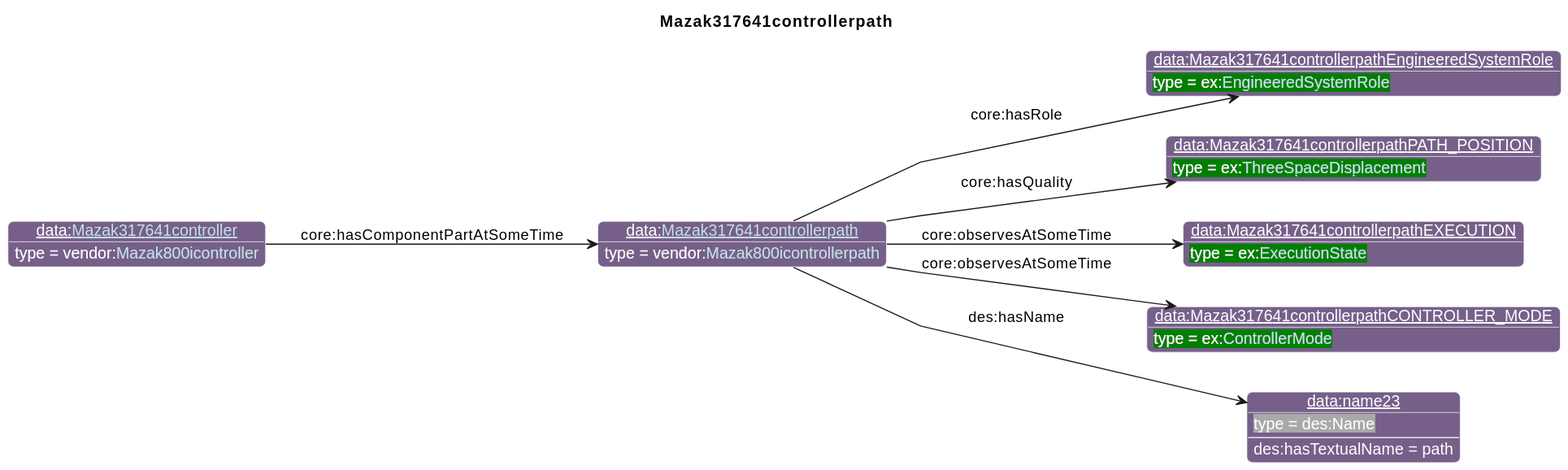
Earlier version of the PlantUML export diagrams/Mazak317641controllerpath.svg (iofoundry/example-syseng-mtconnect). Source of this version:
```plantuml
@startuml
!include ../iof.iuml

<style>
object {
  HyperlinkColor #C4E1E6
}
</style>

left to right direction
skinparam linetype polyline
title Mazak317641controllerpath

!$default_direction = down

!$namespace_colors = { "bfo":"DFA702",
                      "iof":"1E90FF",
                      "ns":"Green",
                      "ns1":"76608A",
                      "core":"000000",
                      "ex":"Green",
                      "data":"76608A",
                      "vendor":"76608A",
                      "units":"8A2D3B",
                      "cmns-dsg":"3A0519",
                      "qp":"641B2E"
      }
individual(o0, data:[[./Mazak317641controllerpath.html Mazak317641controllerpath]], vendor:[[../Mazak.html#Mazak800icontrollerpath Mazak800icontrollerpath]])
individual(o1, data:Mazak317641controllerpathEngineeredSystemRole, ex:[[../Example.html#EngineeredSystemRole EngineeredSystemRole]])
individual(o2, data:Mazak317641controllerpathPATH_POSITION, ex:[[../Example.html#ThreeSpaceDisplacement ThreeSpaceDisplacement]])
individual(o3, data:Mazak317641controllerpathEXECUTION, ex:[[../Example.html#ExecutionState ExecutionState]])
individual(o4, data:Mazak317641controllerpathCONTROLLER_MODE, ex:[[../Example.html#ControllerMode ControllerMode]])
individual(o5, data:name23, des:Name)
individual(o6, data:[[./Mazak317641controller.html Mazak317641controller]], vendor:[[../Mazak.html#Mazak800icontroller Mazak800icontroller]])
property(o0, "core:hasRole", o1)
property(o0, "core:hasQuality", o2)
property(o0, "core:observesAtSomeTime", o3)
property(o0, "core:observesAtSomeTime", o4)
property(o0, "des:hasName", o5)
data(o5, "des:hasTextualName", "path")
property(o6, "core:hasComponentPartAtSomeTime", o0)
@enduml
```
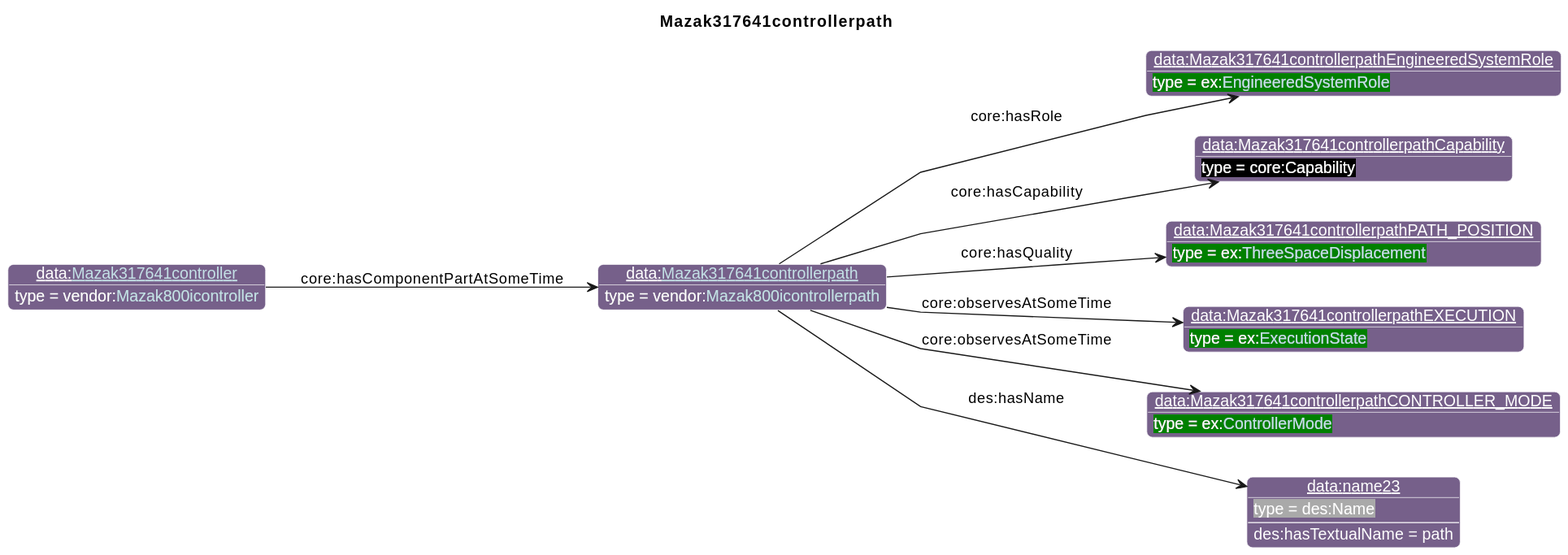
After the change.

The edit, as a diff of the source:
```diff
@@ -27,16 +27,18 @@
       }
 individual(o0, data:[[./Mazak317641controllerpath.html Mazak317641controllerpath]], vendor:[[../Mazak.html#Mazak800icontrollerpath Mazak800icontrollerpath]])
 individual(o1, data:Mazak317641controllerpathEngineeredSystemRole, ex:[[../Example.html#EngineeredSystemRole EngineeredSystemRole]])
-individual(o2, data:Mazak317641controllerpathPATH_POSITION, ex:[[../Example.html#ThreeSpaceDisplacement ThreeSpaceDisplacement]])
-individual(o3, data:Mazak317641controllerpathEXECUTION, ex:[[../Example.html#ExecutionState ExecutionState]])
-individual(o4, data:Mazak317641controllerpathCONTROLLER_MODE, ex:[[../Example.html#ControllerMode ControllerMode]])
-individual(o5, data:name23, des:Name)
-individual(o6, data:[[./Mazak317641controller.html Mazak317641controller]], vendor:[[../Mazak.html#Mazak800icontroller Mazak800icontroller]])
+individual(o2, data:Mazak317641controllerpathCapability, core:Capability)
+individual(o3, data:Mazak317641controllerpathPATH_POSITION, ex:[[../Example.html#ThreeSpaceDisplacement ThreeSpaceDisplacement]])
+individual(o4, data:Mazak317641controllerpathEXECUTION, ex:[[../Example.html#ExecutionState ExecutionState]])
+individual(o5, data:Mazak317641controllerpathCONTROLLER_MODE, ex:[[../Example.html#ControllerMode ControllerMode]])
+individual(o6, data:name23, des:Name)
+individual(o7, data:[[./Mazak317641controller.html Mazak317641controller]], vendor:[[../Mazak.html#Mazak800icontroller Mazak800icontroller]])
 property(o0, "core:hasRole", o1)
-property(o0, "core:hasQuality", o2)
-property(o0, "core:observesAtSomeTime", o3)
+property(o0, "core:hasCapability", o2)
+property(o0, "core:hasQuality", o3)
 property(o0, "core:observesAtSomeTime", o4)
-property(o0, "des:hasName", o5)
-data(o5, "des:hasTextualName", "path")
-property(o6, "core:hasComponentPartAtSomeTime", o0)
+property(o0, "core:observesAtSomeTime", o5)
+property(o0, "des:hasName", o6)
+data(o6, "des:hasTextualName", "path")
+property(o7, "core:hasComponentPartAtSomeTime", o0)
 @enduml
```
